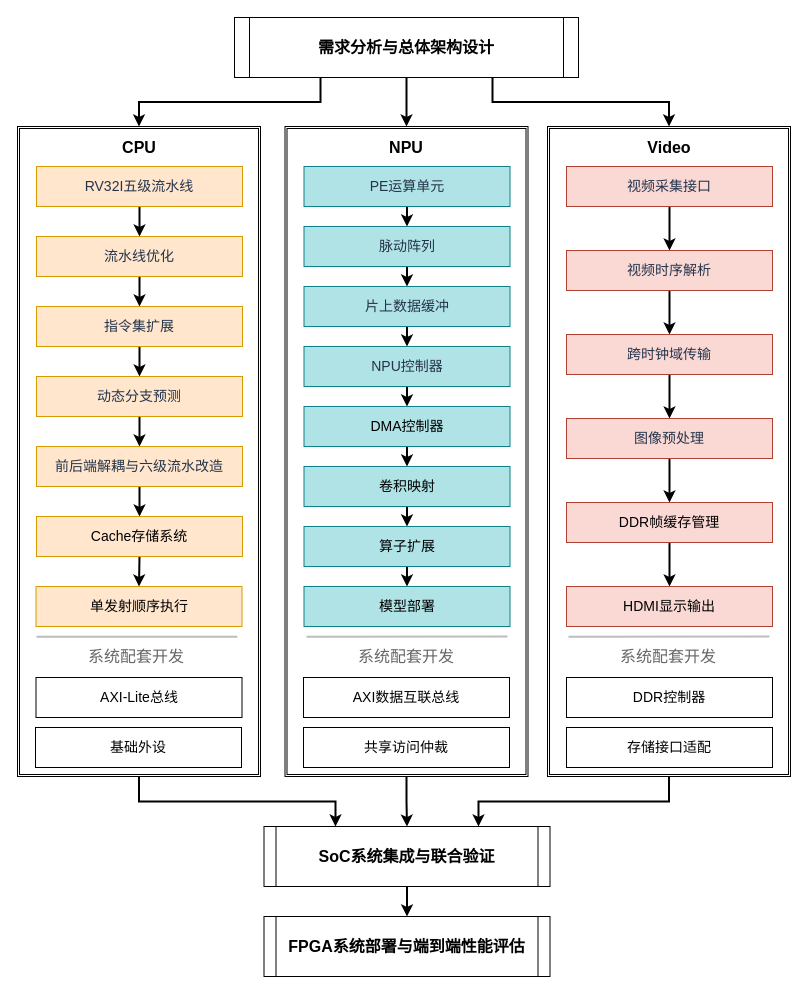
Earlier version of the draw.io diagram page "Development Flow" (4 of 15) of docs/technical-report/figure/rv32-soc.drawio (wan-yuanxing/TriHaRiscv-v3). Source tidied: cells renumbered, new cells numbered last; positions are measured from the earlier drawing's top-left corner, leaving out a move shared by most shapes. Both pictures are drawn from the tidied source at 100%, with x=0, y=0 at pixel (17, 17).
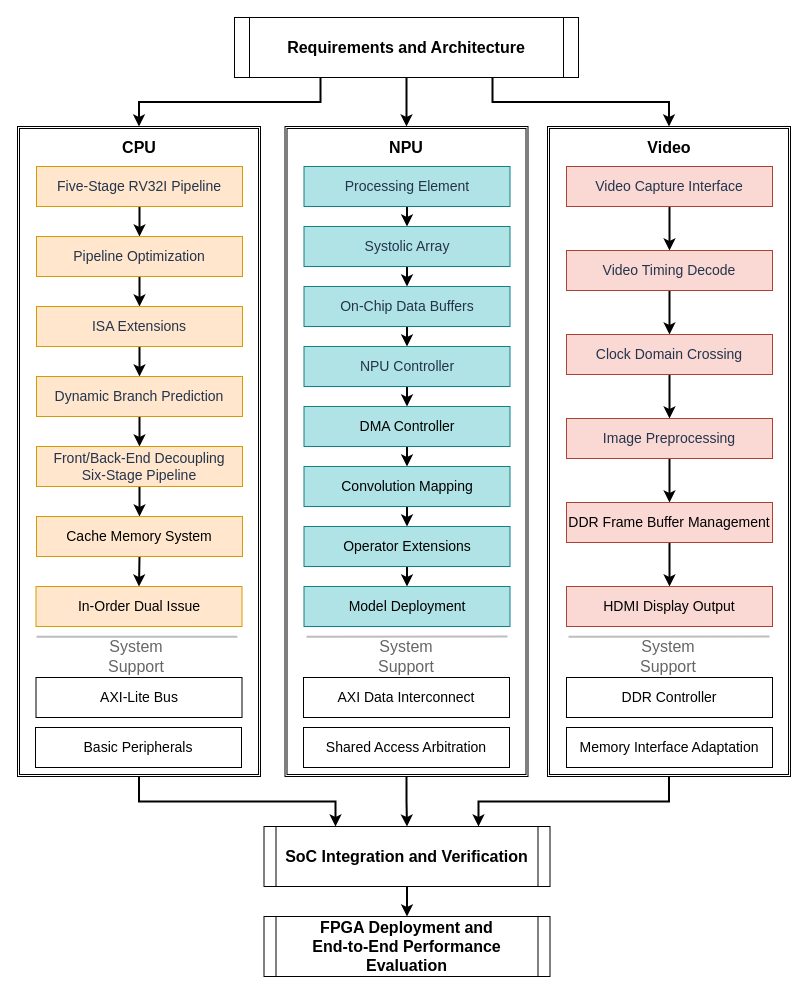
The same page after the edit.

What changed in the source:
```diff
@@
-    <mxCell id="5" value="&lt;span style=&quot;color: rgb(36, 52, 75); font-family: &amp;quot;Microsoft YaHei&amp;quot;;&quot;&gt;RV32I五级流水线&lt;/span&gt;" style="rounded=0;whiteSpace=wrap;html=1;fontSize=14;fontStyle=0;fillColor=#ffe6cc;strokeColor=#d79b00;" parent="1" vertex="1">
+    <mxCell id="5" value="&lt;span style=&quot;color: rgb(36, 52, 75); font-family: &amp;quot;Microsoft YaHei&amp;quot;;&quot;&gt;Five-Stage RV32I Pipeline&lt;/span&gt;" style="rounded=0;whiteSpace=wrap;html=1;fontSize=14;fontStyle=0;fillColor=#ffe6cc;strokeColor=#d79b00;" parent="1" vertex="1">
       <mxGeometry x="19" y="149" width="206" height="40" as="geometry" />
     </mxCell>
@@
-    <mxCell id="7" value="&lt;span style=&quot;color: rgb(36, 52, 75); font-family: &amp;quot;Microsoft YaHei&amp;quot;;&quot;&gt;流水线优化&lt;/span&gt;" style="rounded=0;whiteSpace=wrap;html=1;fontSize=14;fontStyle=0;fillColor=#ffe6cc;strokeColor=#d79b00;" parent="1" vertex="1">
+    <mxCell id="7" value="&lt;span style=&quot;color: rgb(36, 52, 75); font-family: &amp;quot;Microsoft YaHei&amp;quot;;&quot;&gt;Pipeline Optimization&lt;/span&gt;" style="rounded=0;whiteSpace=wrap;html=1;fontSize=14;fontStyle=0;fillColor=#ffe6cc;strokeColor=#d79b00;" parent="1" vertex="1">
       <mxGeometry x="19" y="219" width="206" height="40" as="geometry" />
     </mxCell>
@@
-    <mxCell id="9" value="&lt;span style=&quot;color: rgb(36, 52, 75); font-family: &amp;quot;Microsoft YaHei&amp;quot;;&quot;&gt;指令集扩展&lt;/span&gt;" style="rounded=0;whiteSpace=wrap;html=1;fontSize=14;fontStyle=0;fillColor=#ffe6cc;strokeColor=#d79b00;" parent="1" vertex="1">
+    <mxCell id="9" value="&lt;span style=&quot;color: rgb(36, 52, 75); font-family: &amp;quot;Microsoft YaHei&amp;quot;;&quot;&gt;ISA Extensions&lt;/span&gt;" style="rounded=0;whiteSpace=wrap;html=1;fontSize=14;fontStyle=0;fillColor=#ffe6cc;strokeColor=#d79b00;" parent="1" vertex="1">
       <mxGeometry x="19" y="289" width="206" height="40" as="geometry" />
     </mxCell>
@@
-    <mxCell id="11" value="&lt;span style=&quot;color: rgb(36, 52, 75); font-family: &amp;quot;Microsoft YaHei&amp;quot;;&quot;&gt;动态分支预测&lt;/span&gt;" style="rounded=0;whiteSpace=wrap;html=1;fontSize=14;fontStyle=0;fillColor=#ffe6cc;strokeColor=#d79b00;" parent="1" vertex="1">
+    <mxCell id="11" value="&lt;span style=&quot;color: rgb(36, 52, 75); font-family: &amp;quot;Microsoft YaHei&amp;quot;;&quot;&gt;Dynamic Branch Prediction&lt;/span&gt;" style="rounded=0;whiteSpace=wrap;html=1;fontSize=14;fontStyle=0;fillColor=#ffe6cc;strokeColor=#d79b00;" parent="1" vertex="1">
       <mxGeometry x="19" y="359" width="206" height="40" as="geometry" />
     </mxCell>
@@
-    <mxCell id="13" value="&lt;span style=&quot;color: rgb(36, 52, 75); font-family: &amp;quot;Microsoft YaHei&amp;quot;;&quot;&gt;前后端解耦与六级流水改造&lt;/span&gt;" style="rounded=0;whiteSpace=wrap;html=1;fontSize=14;fontStyle=0;fillColor=#ffe6cc;strokeColor=#d79b00;" parent="1" vertex="1">
+    <mxCell id="13" value="&lt;span style=&quot;color: rgb(36, 52, 75); font-family: &amp;quot;Microsoft YaHei&amp;quot;;&quot;&gt;Front/Back-End Decoupling&lt;br&gt;Six-Stage Pipeline&lt;/span&gt;" style="rounded=0;whiteSpace=wrap;html=1;fontSize=14;fontStyle=0;fillColor=#ffe6cc;strokeColor=#d79b00;" parent="1" vertex="1">
       <mxGeometry x="19" y="429" width="206" height="40" as="geometry" />
     </mxCell>
@@
-    <mxCell id="15" value="Cache存储系统" style="rounded=0;whiteSpace=wrap;html=1;fontSize=14;fontStyle=0;fillColor=#ffe6cc;strokeColor=#d79b00;" parent="1" vertex="1">
+    <mxCell id="15" value="Cache Memory System" style="rounded=0;whiteSpace=wrap;html=1;fontSize=14;fontStyle=0;fillColor=#ffe6cc;strokeColor=#d79b00;" parent="1" vertex="1">
       <mxGeometry x="19" y="499" width="206" height="40" as="geometry" />
     </mxCell>
@@
-    <mxCell id="20" value="&lt;span style=&quot;color: rgb(36, 52, 75); font-family: &amp;quot;Microsoft YaHei&amp;quot;;&quot;&gt;PE运算单元&lt;/span&gt;" style="rounded=0;whiteSpace=wrap;html=1;fontSize=14;fontStyle=0;fillColor=#b0e3e6;strokeColor=#0e8088;" parent="1" vertex="1">
+    <mxCell id="20" value="&lt;span style=&quot;color: rgb(36, 52, 75); font-family: &amp;quot;Microsoft YaHei&amp;quot;;&quot;&gt;Processing Element&lt;/span&gt;" style="rounded=0;whiteSpace=wrap;html=1;fontSize=14;fontStyle=0;fillColor=#b0e3e6;strokeColor=#0e8088;" parent="1" vertex="1">
       <mxGeometry x="286.5" y="149" width="206" height="40" as="geometry" />
     </mxCell>
@@
-    <mxCell id="22" value="&lt;span style=&quot;color: rgb(36, 52, 75); font-family: &amp;quot;Microsoft YaHei&amp;quot;;&quot;&gt;脉动阵列&lt;/span&gt;" style="rounded=0;whiteSpace=wrap;html=1;fontSize=14;fontStyle=0;fillColor=#b0e3e6;strokeColor=#0e8088;" parent="1" vertex="1">
+    <mxCell id="22" value="&lt;span style=&quot;color: rgb(36, 52, 75); font-family: &amp;quot;Microsoft YaHei&amp;quot;;&quot;&gt;Systolic Array&lt;/span&gt;" style="rounded=0;whiteSpace=wrap;html=1;fontSize=14;fontStyle=0;fillColor=#b0e3e6;strokeColor=#0e8088;" parent="1" vertex="1">
       <mxGeometry x="286.5" y="209" width="206" height="40" as="geometry" />
     </mxCell>
@@
-    <mxCell id="24" value="&lt;span style=&quot;color: rgb(36, 52, 75); font-family: &amp;quot;Microsoft YaHei&amp;quot;;&quot;&gt;片上数据缓冲&lt;/span&gt;" style="rounded=0;whiteSpace=wrap;html=1;fontSize=14;fontStyle=0;fillColor=#b0e3e6;strokeColor=#0e8088;" parent="1" vertex="1">
+    <mxCell id="24" value="&lt;span style=&quot;color: rgb(36, 52, 75); font-family: &amp;quot;Microsoft YaHei&amp;quot;;&quot;&gt;On-Chip Data Buffers&lt;/span&gt;" style="rounded=0;whiteSpace=wrap;html=1;fontSize=14;fontStyle=0;fillColor=#b0e3e6;strokeColor=#0e8088;" parent="1" vertex="1">
       <mxGeometry x="286.5" y="269" width="206" height="40" as="geometry" />
     </mxCell>
@@
-    <mxCell id="26" value="&lt;span style=&quot;color: rgb(36, 52, 75); font-family: &amp;quot;Microsoft YaHei&amp;quot;;&quot;&gt;NPU控制器&lt;/span&gt;" style="rounded=0;whiteSpace=wrap;html=1;fontSize=14;fontStyle=0;fillColor=#b0e3e6;strokeColor=#0e8088;" parent="1" vertex="1">
+    <mxCell id="26" value="&lt;span style=&quot;color: rgb(36, 52, 75); font-family: &amp;quot;Microsoft YaHei&amp;quot;;&quot;&gt;NPU Controller&lt;/span&gt;" style="rounded=0;whiteSpace=wrap;html=1;fontSize=14;fontStyle=0;fillColor=#b0e3e6;strokeColor=#0e8088;" parent="1" vertex="1">
       <mxGeometry x="286.5" y="329" width="206" height="40" as="geometry" />
     </mxCell>
@@
-    <mxCell id="28" value="DMA控制器" style="rounded=0;whiteSpace=wrap;html=1;fontSize=14;fontStyle=0;fillColor=#b0e3e6;strokeColor=#0e8088;" parent="1" vertex="1">
+    <mxCell id="28" value="DMA Controller" style="rounded=0;whiteSpace=wrap;html=1;fontSize=14;fontStyle=0;fillColor=#b0e3e6;strokeColor=#0e8088;" parent="1" vertex="1">
       <mxGeometry x="286.5" y="389" width="206" height="40" as="geometry" />
     </mxCell>
@@
-    <mxCell id="30" value="卷积映射" style="rounded=0;whiteSpace=wrap;html=1;fontSize=14;fontStyle=0;fillColor=#b0e3e6;strokeColor=#0e8088;" parent="1" vertex="1">
+    <mxCell id="30" value="Convolution Mapping" style="rounded=0;whiteSpace=wrap;html=1;fontSize=14;fontStyle=0;fillColor=#b0e3e6;strokeColor=#0e8088;" parent="1" vertex="1">
       <mxGeometry x="286.5" y="449" width="206" height="40" as="geometry" />
     </mxCell>
@@
-    <mxCell id="35" value="&lt;font color=&quot;#24344b&quot; face=&quot;Microsoft YaHei&quot;&gt;视频采集接口&lt;/font&gt;" style="rounded=0;whiteSpace=wrap;html=1;fontSize=14;fontStyle=0;fillColor=#fad9d5;strokeColor=#ae4132;" parent="1" vertex="1">
+    <mxCell id="35" value="&lt;font color=&quot;#24344b&quot; face=&quot;Microsoft YaHei&quot;&gt;Video Capture Interface&lt;/font&gt;" style="rounded=0;whiteSpace=wrap;html=1;fontSize=14;fontStyle=0;fillColor=#fad9d5;strokeColor=#ae4132;" parent="1" vertex="1">
       <mxGeometry x="549" y="149" width="206" height="40" as="geometry" />
     </mxCell>
@@
-    <mxCell id="37" value="&lt;span style=&quot;color: rgb(36, 52, 75); font-family: &amp;quot;Microsoft YaHei&amp;quot;;&quot;&gt;视频时序解析&lt;/span&gt;" style="rounded=0;whiteSpace=wrap;html=1;fontSize=14;fontStyle=0;fillColor=#fad9d5;strokeColor=#ae4132;" parent="1" vertex="1">
+    <mxCell id="37" value="&lt;span style=&quot;color: rgb(36, 52, 75); font-family: &amp;quot;Microsoft YaHei&amp;quot;;&quot;&gt;Video Timing Decode&lt;/span&gt;" style="rounded=0;whiteSpace=wrap;html=1;fontSize=14;fontStyle=0;fillColor=#fad9d5;strokeColor=#ae4132;" parent="1" vertex="1">
       <mxGeometry x="549" y="233" width="206" height="40" as="geometry" />
     </mxCell>
@@
-    <mxCell id="39" value="&lt;span style=&quot;color: rgb(36, 52, 75); font-family: &amp;quot;Microsoft YaHei&amp;quot;;&quot;&gt;跨时钟域传输&lt;/span&gt;" style="rounded=0;whiteSpace=wrap;html=1;fontSize=14;fontStyle=0;fillColor=#fad9d5;strokeColor=#ae4132;" parent="1" vertex="1">
+    <mxCell id="39" value="&lt;span style=&quot;color: rgb(36, 52, 75); font-family: &amp;quot;Microsoft YaHei&amp;quot;;&quot;&gt;Clock Domain Crossing&lt;/span&gt;" style="rounded=0;whiteSpace=wrap;html=1;fontSize=14;fontStyle=0;fillColor=#fad9d5;strokeColor=#ae4132;" parent="1" vertex="1">
       <mxGeometry x="549" y="317" width="206" height="40" as="geometry" />
     </mxCell>
@@
-    <mxCell id="41" value="&lt;span style=&quot;color: rgb(36, 52, 75); font-family: &amp;quot;Microsoft YaHei&amp;quot;;&quot;&gt;图像预处理&lt;/span&gt;" style="rounded=0;whiteSpace=wrap;html=1;fontSize=14;fontStyle=0;fillColor=#fad9d5;strokeColor=#ae4132;" parent="1" vertex="1">
+    <mxCell id="41" value="&lt;span style=&quot;color: rgb(36, 52, 75); font-family: &amp;quot;Microsoft YaHei&amp;quot;;&quot;&gt;Image Preprocessing&lt;/span&gt;" style="rounded=0;whiteSpace=wrap;html=1;fontSize=14;fontStyle=0;fillColor=#fad9d5;strokeColor=#ae4132;" parent="1" vertex="1">
       <mxGeometry x="549" y="401" width="206" height="40" as="geometry" />
     </mxCell>
@@
-    <mxCell id="43" value="DDR帧缓存管理" style="rounded=0;whiteSpace=wrap;html=1;fontSize=14;fontStyle=0;fillColor=#fad9d5;strokeColor=#ae4132;" parent="1" vertex="1">
+    <mxCell id="43" value="DDR Frame Buffer Management" style="rounded=0;whiteSpace=wrap;html=1;fontSize=14;fontStyle=0;fillColor=#fad9d5;strokeColor=#ae4132;" parent="1" vertex="1">
       <mxGeometry x="549" y="485" width="206" height="40" as="geometry" />
     </mxCell>
-    <mxCell id="44" value="HDMI显示输出" style="rounded=0;whiteSpace=wrap;html=1;fontSize=14;fontStyle=0;fillColor=#fad9d5;strokeColor=#ae4132;" parent="1" vertex="1">
+    <mxCell id="44" value="HDMI Display Output" style="rounded=0;whiteSpace=wrap;html=1;fontSize=14;fontStyle=0;fillColor=#fad9d5;strokeColor=#ae4132;" parent="1" vertex="1">
       <mxGeometry x="549" y="569" width="206" height="40" as="geometry" />
     </mxCell>
@@
-    <mxCell id="49" value="&lt;span style=&quot;font-size: 16px; font-weight: 700;&quot;&gt;需求分析与总体架构设计&lt;/span&gt;" style="shape=process;whiteSpace=wrap;html=1;backgroundOutline=1;size=0.04360465116279136;" parent="1" vertex="1">
+    <mxCell id="49" value="&lt;span style=&quot;font-size: 16px; font-weight: 700;&quot;&gt;Requirements and Architecture&lt;/span&gt;" style="shape=process;whiteSpace=wrap;html=1;backgroundOutline=1;size=0.04360465116279136;" parent="1" vertex="1">
       <mxGeometry x="217" width="344" height="60" as="geometry" />
     </mxCell>
@@
-    <mxCell id="51" value="&lt;span style=&quot;font-size: 16px; font-weight: 700;&quot;&gt;SoC系统集成与联合验证&lt;/span&gt;" style="shape=process;whiteSpace=wrap;html=1;backgroundOutline=1;size=0.04360465116279136;" parent="1" vertex="1">
+    <mxCell id="51" value="&lt;span style=&quot;font-size: 16px; font-weight: 700;&quot;&gt;SoC Integration and Verification&lt;/span&gt;" style="shape=process;whiteSpace=wrap;html=1;backgroundOutline=1;size=0.04360465116279136;" parent="1" vertex="1">
       <mxGeometry x="246.5" y="809" width="286" height="60" as="geometry" />
     </mxCell>
-    <mxCell id="52" value="&lt;span style=&quot;font-size: 16px; font-weight: 700;&quot;&gt;FPGA系统部署与端到端性能评估&lt;/span&gt;" style="shape=process;whiteSpace=wrap;html=1;backgroundOutline=1;size=0.04360465116279136;" parent="1" vertex="1">
+    <mxCell id="52" value="&lt;span style=&quot;font-size: 16px; font-weight: 700;&quot;&gt;FPGA Deployment and&lt;br&gt;End-to-End Performance Evaluation&lt;/span&gt;" style="shape=process;whiteSpace=wrap;html=1;backgroundOutline=1;size=0.04360465116279136;" parent="1" vertex="1">
       <mxGeometry x="246.5" y="899" width="286" height="60" as="geometry" />
     </mxCell>
@@
-    <mxCell id="54" value="算子扩展" style="rounded=0;whiteSpace=wrap;html=1;fontSize=14;fontStyle=0;fillColor=#b0e3e6;strokeColor=#0e8088;" parent="1" vertex="1">
+    <mxCell id="54" value="Operator Extensions" style="rounded=0;whiteSpace=wrap;html=1;fontSize=14;fontStyle=0;fillColor=#b0e3e6;strokeColor=#0e8088;" parent="1" vertex="1">
       <mxGeometry x="286.5" y="509" width="206" height="40" as="geometry" />
     </mxCell>
-    <mxCell id="55" value="模型部署" style="rounded=0;whiteSpace=wrap;html=1;fontSize=14;fontStyle=0;fillColor=#b0e3e6;strokeColor=#0e8088;" parent="1" vertex="1">
+    <mxCell id="55" value="Model Deployment" style="rounded=0;whiteSpace=wrap;html=1;fontSize=14;fontStyle=0;fillColor=#b0e3e6;strokeColor=#0e8088;" parent="1" vertex="1">
       <mxGeometry x="286.5" y="569" width="206" height="40" as="geometry" />
     </mxCell>
-    <mxCell id="56" value="单发射顺序执行" style="rounded=0;whiteSpace=wrap;html=1;fontSize=14;fontStyle=0;fillColor=#ffe6cc;strokeColor=#d79b00;" parent="1" vertex="1">
+    <mxCell id="56" value="In-Order Dual Issue" style="rounded=0;whiteSpace=wrap;html=1;fontSize=14;fontStyle=0;fillColor=#ffe6cc;strokeColor=#d79b00;" parent="1" vertex="1">
       <mxGeometry x="18.5" y="569" width="206" height="40" as="geometry" />
     </mxCell>
-    <mxCell id="57" value="基础外设" style="rounded=0;whiteSpace=wrap;html=1;fontSize=14;fontStyle=0;" parent="1" vertex="1">
+    <mxCell id="57" value="Basic Peripherals" style="rounded=0;whiteSpace=wrap;html=1;fontSize=14;fontStyle=0;" parent="1" vertex="1">
       <mxGeometry x="18" y="710" width="206" height="40" as="geometry" />
     </mxCell>
-    <mxCell id="58" value="AXI-Lite总线" style="rounded=0;whiteSpace=wrap;html=1;fontSize=14;fontStyle=0;" parent="1" vertex="1">
+    <mxCell id="58" value="AXI-Lite Bus" style="rounded=0;whiteSpace=wrap;html=1;fontSize=14;fontStyle=0;" parent="1" vertex="1">
       <mxGeometry x="18.5" y="660" width="206" height="40" as="geometry" />
     </mxCell>
-    <mxCell id="59" value="AXI数据互联总线" style="rounded=0;whiteSpace=wrap;html=1;fontSize=14;fontStyle=0;" parent="1" vertex="1">
+    <mxCell id="59" value="AXI Data Interconnect" style="rounded=0;whiteSpace=wrap;html=1;fontSize=14;fontStyle=0;" parent="1" vertex="1">
       <mxGeometry x="286" y="660" width="206" height="40" as="geometry" />
     </mxCell>
-    <mxCell id="60" value="共享访问仲裁" style="rounded=0;whiteSpace=wrap;html=1;fontSize=14;fontStyle=0;" parent="1" vertex="1">
+    <mxCell id="60" value="Shared Access Arbitration" style="rounded=0;whiteSpace=wrap;html=1;fontSize=14;fontStyle=0;" parent="1" vertex="1">
       <mxGeometry x="286" y="710" width="206" height="40" as="geometry" />
     </mxCell>
-    <mxCell id="61" value="DDR控制器" style="rounded=0;whiteSpace=wrap;html=1;fontSize=14;fontStyle=0;" parent="1" vertex="1">
+    <mxCell id="61" value="DDR Controller" style="rounded=0;whiteSpace=wrap;html=1;fontSize=14;fontStyle=0;" parent="1" vertex="1">
       <mxGeometry x="549" y="660" width="206" height="40" as="geometry" />
     </mxCell>
-    <mxCell id="62" value="存储接口适配" style="rounded=0;whiteSpace=wrap;html=1;fontSize=14;fontStyle=0;" parent="1" vertex="1">
+    <mxCell id="62" value="Memory Interface Adaptation" style="rounded=0;whiteSpace=wrap;html=1;fontSize=14;fontStyle=0;" parent="1" vertex="1">
       <mxGeometry x="549" y="710" width="206" height="40" as="geometry" />
     </mxCell>
@@
-    <mxCell id="64" value="&lt;span style=&quot;font-size: 16px;&quot;&gt;系统配套开发&lt;/span&gt;" style="text;html=1;whiteSpace=wrap;strokeColor=none;fillColor=none;align=center;verticalAlign=middle;rounded=0;fontStyle=0;fontColor=#666666;" parent="1" vertex="1">
+    <mxCell id="64" value="&lt;span style=&quot;font-size: 16px;&quot;&gt;System Support&lt;/span&gt;" style="text;html=1;whiteSpace=wrap;strokeColor=none;fillColor=none;align=center;verticalAlign=middle;rounded=0;fontStyle=0;fontColor=#666666;" parent="1" vertex="1">
       <mxGeometry x="69" y="624" width="100" height="30" as="geometry" />
     </mxCell>
@@
-    <mxCell id="66" value="&lt;span style=&quot;font-size: 16px;&quot;&gt;系统配套开发&lt;/span&gt;" style="text;html=1;whiteSpace=wrap;strokeColor=none;fillColor=none;align=center;verticalAlign=middle;rounded=0;fontStyle=0;fontColor=#666666;" parent="1" vertex="1">
+    <mxCell id="66" value="&lt;span style=&quot;font-size: 16px;&quot;&gt;System Support&lt;/span&gt;" style="text;html=1;whiteSpace=wrap;strokeColor=none;fillColor=none;align=center;verticalAlign=middle;rounded=0;fontStyle=0;fontColor=#666666;" parent="1" vertex="1">
       <mxGeometry x="339" y="624" width="100" height="30" as="geometry" />
     </mxCell>
@@
-    <mxCell id="68" value="&lt;span style=&quot;font-size: 16px;&quot;&gt;系统配套开发&lt;/span&gt;" style="text;html=1;whiteSpace=wrap;strokeColor=none;fillColor=none;align=center;verticalAlign=middle;rounded=0;fontStyle=0;fontColor=#666666;" parent="1" vertex="1">
+    <mxCell id="68" value="&lt;span style=&quot;font-size: 16px;&quot;&gt;System Support&lt;/span&gt;" style="text;html=1;whiteSpace=wrap;strokeColor=none;fillColor=none;align=center;verticalAlign=middle;rounded=0;fontStyle=0;fontColor=#666666;" parent="1" vertex="1">
       <mxGeometry x="601" y="624" width="100" height="30" as="geometry" />
     </mxCell>
```
